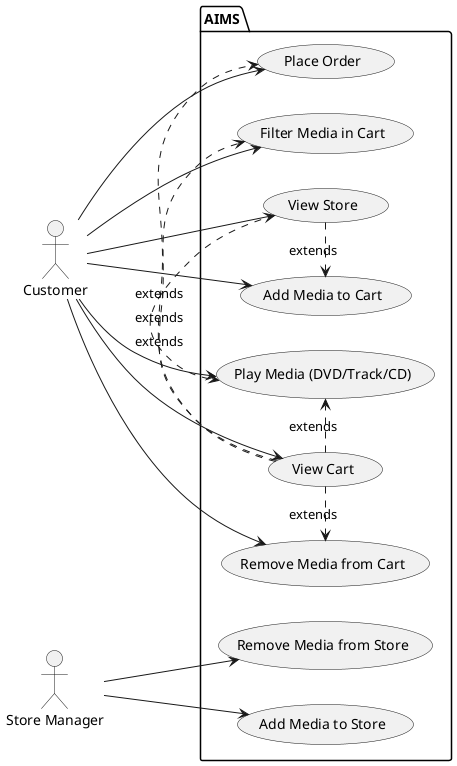
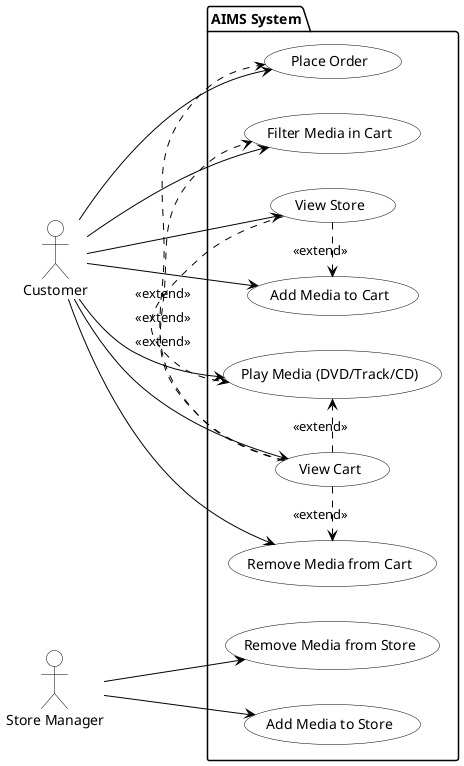
@startuml
left to right direction
+ skinparam shadowing false
+ skinparam usecase {
+     BackgroundColor White
+     BorderColor Black
+     ArrowColor Black
+     FontName Arial
+ }
+ skinparam actor {
+     BackgroundColor White
+     BorderColor Black
+ }
+ 
actor "Customer" as C
actor "Store Manager" as M

- package AIMS {
+ package "AIMS System" {
  usecase "View Store" as UC1
  usecase "View Cart" as UC2
  usecase "Add Media to Cart" as UC3
  usecase "Remove Media from Cart" as UC4
  usecase "Play Media (DVD/Track/CD)" as UC5
  usecase "Place Order" as UC6
  usecase "Filter Media in Cart" as UC7
  usecase "Add Media to Store" as UC8
  usecase "Remove Media from Store" as UC9
}

C --> UC1
C --> UC2
C --> UC3
C --> UC4
C --> UC5
C --> UC6
C --> UC7

M --> UC8
M --> UC9

- UC1 .> UC3 : extends
- UC1 .> UC5 : extends
- UC2 .> UC4 : extends
- UC2 .> UC5 : extends
- UC2 .> UC6 : extends
- UC2 .> UC7 : extends
+ UC1 .> UC3 : <<extend>>
+ UC1 .> UC5 : <<extend>>
+ UC2 .> UC4 : <<extend>>
+ UC2 .> UC5 : <<extend>>
+ UC2 .> UC6 : <<extend>>
+ UC2 .> UC7 : <<extend>>

@enduml
